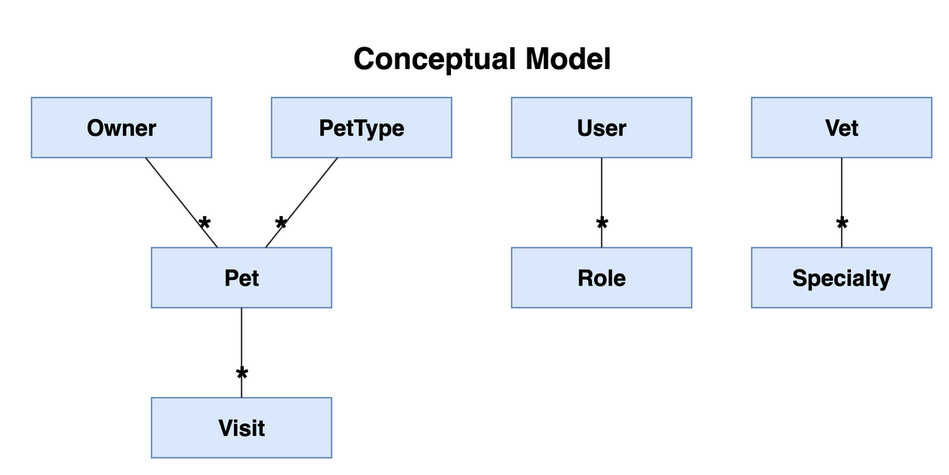
victorrentea/petclinic keeps this draw.io diagram as petclinic-backend/docs/ConceptualModel.drawio.png. Above is the earlier version. Source tidied: cells renumbered, new cells last; positions are measured from the earlier drawing's top-left corner, leaving out a move shared by most shapes. Source of this version:
```xml
<mxGraphModel>
  <root>
    <mxCell id="0" />
    <mxCell id="1" parent="0" />
    <mxCell id="2" value="Conceptual Model" style="text;html=1;fontSize=20;fontStyle=1;align=center;" parent="1" vertex="1">
      <mxGeometry x="110" width="380" height="30" as="geometry" />
    </mxCell>
    <mxCell id="3" value="Owner" style="rounded=0;whiteSpace=wrap;html=1;fillColor=#dae8fc;strokeColor=#6c8ebf;fontSize=15;fontStyle=1;" parent="1" vertex="1">
      <mxGeometry y="45" width="120" height="40" as="geometry" />
    </mxCell>
    <mxCell id="4" value="PetType" style="rounded=0;whiteSpace=wrap;html=1;fillColor=#dae8fc;strokeColor=#6c8ebf;fontSize=15;fontStyle=1;" parent="1" vertex="1">
      <mxGeometry x="160" y="45" width="120" height="40" as="geometry" />
    </mxCell>
    <mxCell id="5" value="User" style="rounded=0;whiteSpace=wrap;html=1;fillColor=#dae8fc;strokeColor=#6c8ebf;fontSize=15;fontStyle=1;" parent="1" vertex="1">
      <mxGeometry x="320" y="45" width="120" height="40" as="geometry" />
    </mxCell>
    <mxCell id="6" value="Vet" style="rounded=0;whiteSpace=wrap;html=1;fillColor=#dae8fc;strokeColor=#6c8ebf;fontSize=15;fontStyle=1;" parent="1" vertex="1">
      <mxGeometry x="480" y="45" width="120" height="40" as="geometry" />
    </mxCell>
    <mxCell id="7" value="Pet" style="rounded=0;whiteSpace=wrap;html=1;fillColor=#dae8fc;strokeColor=#6c8ebf;fontSize=15;fontStyle=1;" parent="1" vertex="1">
      <mxGeometry x="80" y="145" width="120" height="40" as="geometry" />
    </mxCell>
    <mxCell id="8" value="Role" style="rounded=0;whiteSpace=wrap;html=1;fillColor=#dae8fc;strokeColor=#6c8ebf;fontSize=15;fontStyle=1;" parent="1" vertex="1">
      <mxGeometry x="320" y="145" width="120" height="40" as="geometry" />
    </mxCell>
    <mxCell id="9" value="Specialty" style="rounded=0;whiteSpace=wrap;html=1;fillColor=#dae8fc;strokeColor=#6c8ebf;fontSize=15;fontStyle=1;" parent="1" vertex="1">
      <mxGeometry x="480" y="145" width="120" height="40" as="geometry" />
    </mxCell>
    <mxCell id="10" value="Visit" style="rounded=0;whiteSpace=wrap;html=1;fillColor=#dae8fc;strokeColor=#6c8ebf;fontSize=15;fontStyle=1;" parent="1" vertex="1">
      <mxGeometry x="80" y="245" width="120" height="40" as="geometry" />
    </mxCell>
    <mxCell id="11" style="endArrow=none;html=1;strokeColor=#333333;fontSize=12;" parent="1" edge="1" source="3" target="7">
      <mxGeometry relative="1" as="geometry" />
    </mxCell>
    <mxCell id="12" value="*" style="edgeLabel;html=1;align=center;verticalAlign=middle;fontSize=24;fontStyle=1;labelBackgroundColor=none;" parent="11" vertex="1">
      <mxGeometry x="0.6" relative="1" as="geometry" />
    </mxCell>
    <mxCell id="13" style="endArrow=none;html=1;strokeColor=#333333;fontSize=12;" parent="1" edge="1" source="4" target="7">
      <mxGeometry relative="1" as="geometry" />
    </mxCell>
    <mxCell id="14" value="*" style="edgeLabel;html=1;align=center;verticalAlign=middle;fontSize=24;fontStyle=1;labelBackgroundColor=none;" parent="13" vertex="1">
      <mxGeometry x="0.6" relative="1" as="geometry" />
    </mxCell>
    <mxCell id="15" style="endArrow=none;html=1;strokeColor=#333333;fontSize=12;" parent="1" edge="1" source="7" target="10">
      <mxGeometry relative="1" as="geometry" />
    </mxCell>
    <mxCell id="16" value="*" style="edgeLabel;html=1;align=center;verticalAlign=middle;fontSize=24;fontStyle=1;labelBackgroundColor=none;" parent="15" vertex="1">
      <mxGeometry x="0.6" relative="1" as="geometry" />
    </mxCell>
    <mxCell id="17" style="endArrow=none;html=1;strokeColor=#333333;fontSize=12;" parent="1" edge="1" source="5" target="8">
      <mxGeometry relative="1" as="geometry" />
    </mxCell>
    <mxCell id="18" value="*" style="edgeLabel;html=1;align=center;verticalAlign=middle;fontSize=24;fontStyle=1;labelBackgroundColor=none;" parent="17" vertex="1">
      <mxGeometry x="0.6" relative="1" as="geometry" />
    </mxCell>
    <mxCell id="19" style="endArrow=none;html=1;strokeColor=#333333;fontSize=12;" parent="1" edge="1" source="6" target="9">
      <mxGeometry relative="1" as="geometry" />
    </mxCell>
    <mxCell id="20" value="*" style="edgeLabel;html=1;align=center;verticalAlign=middle;fontSize=24;fontStyle=1;labelBackgroundColor=none;" parent="19" vertex="1">
      <mxGeometry x="0.6" relative="1" as="geometry" />
    </mxCell>
  </root>
</mxGraphModel>
```
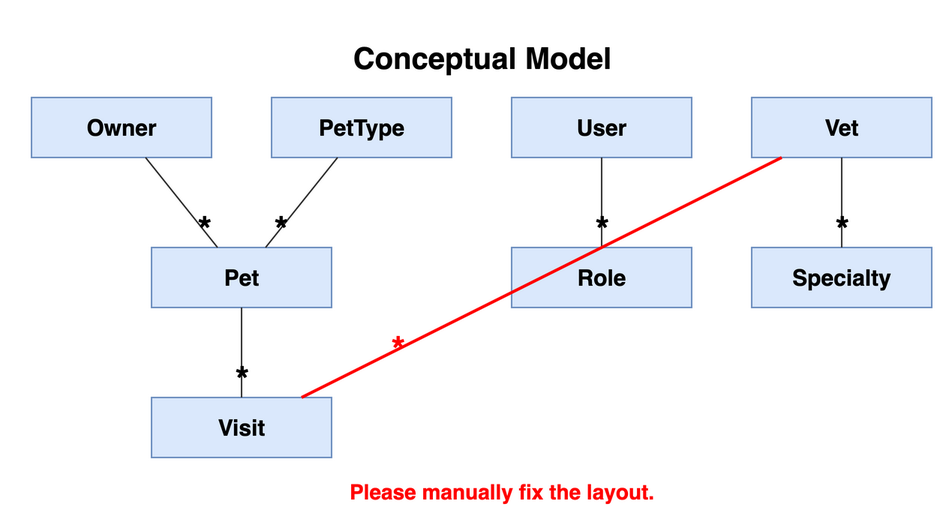
Above is the later version.

The edit, as a diff of the source:
```diff
@@ -59,5 +59,14 @@
     <mxCell id="20" value="*" style="edgeLabel;html=1;align=center;verticalAlign=middle;fontSize=24;fontStyle=1;labelBackgroundColor=none;" parent="19" vertex="1">
       <mxGeometry x="0.6" relative="1" as="geometry" />
     </mxCell>
+    <mxCell id="21" style="endArrow=none;html=1;strokeColor=#FF0000;strokeWidth=2;fontSize=12;" parent="1" edge="1" source="6" target="10">
+      <mxGeometry relative="1" as="geometry" />
+    </mxCell>
+    <mxCell id="22" value="*" style="edgeLabel;html=1;align=center;verticalAlign=middle;fontSize=24;fontStyle=1;labelBackgroundColor=none;fontColor=#FF0000;" parent="21" vertex="1">
+      <mxGeometry x="0.6" relative="1" as="geometry" />
+    </mxCell>
+    <mxCell id="23" value="Please manually fix the layout." style="text;html=1;fontSize=14;fontStyle=1;align=left;verticalAlign=middle;fontColor=#FF0000;" parent="1" vertex="1">
+      <mxGeometry x="210" y="295" width="300" height="26" as="geometry" />
+    </mxCell>
   </root>
 </mxGraphModel>
```
